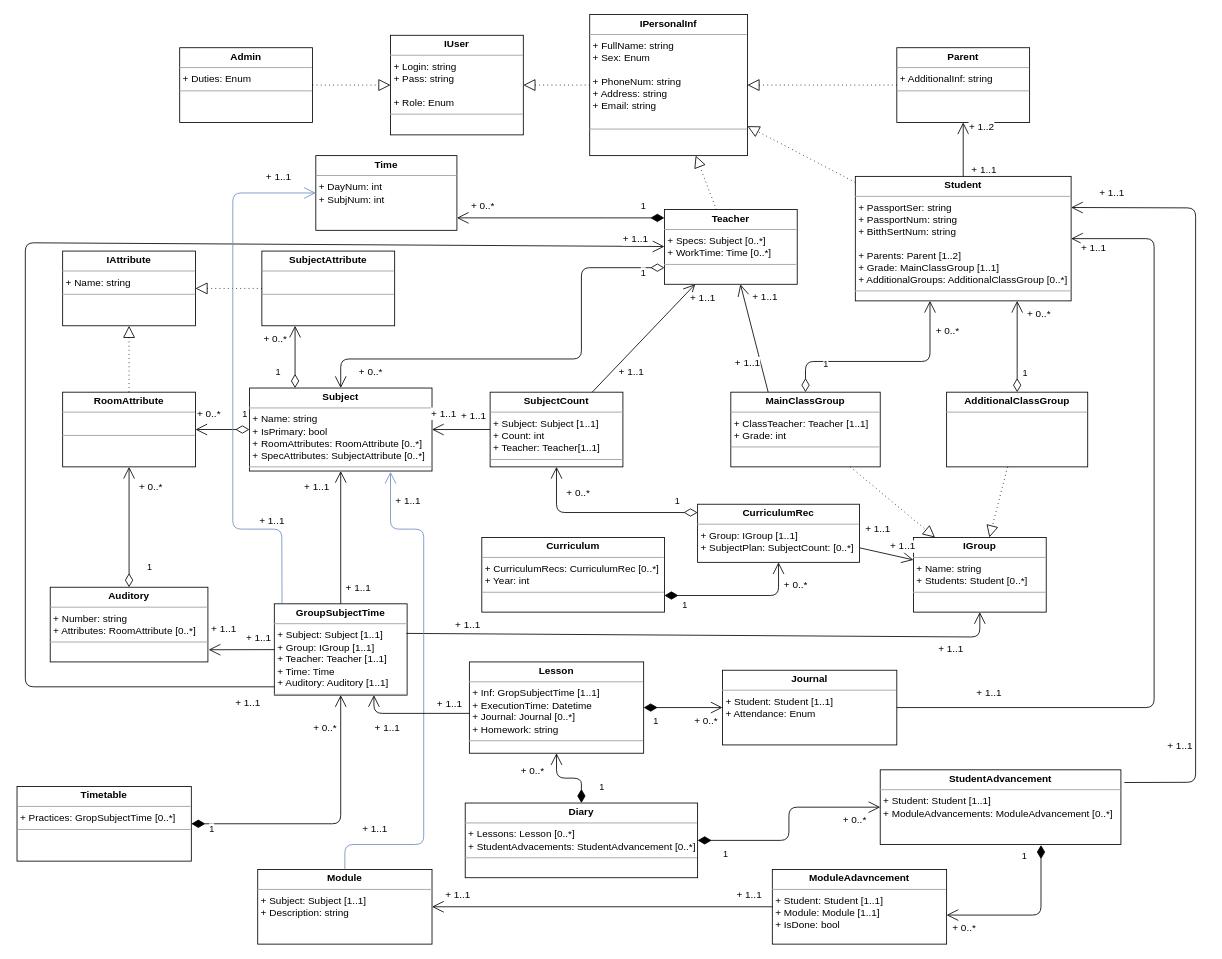
Timur-Faskhutdinov/E-education_TF keeps this draw.io diagram as EF-1.drawio. Above is the earlier version. Source tidied: cells renumbered, new cells numbered last; positions are measured from the earlier drawing's top-left corner, leaving out a move shared by most shapes. Both pictures are drawn from the tidied source at 83%, with x=0, y=0 at pixel (17, 14).
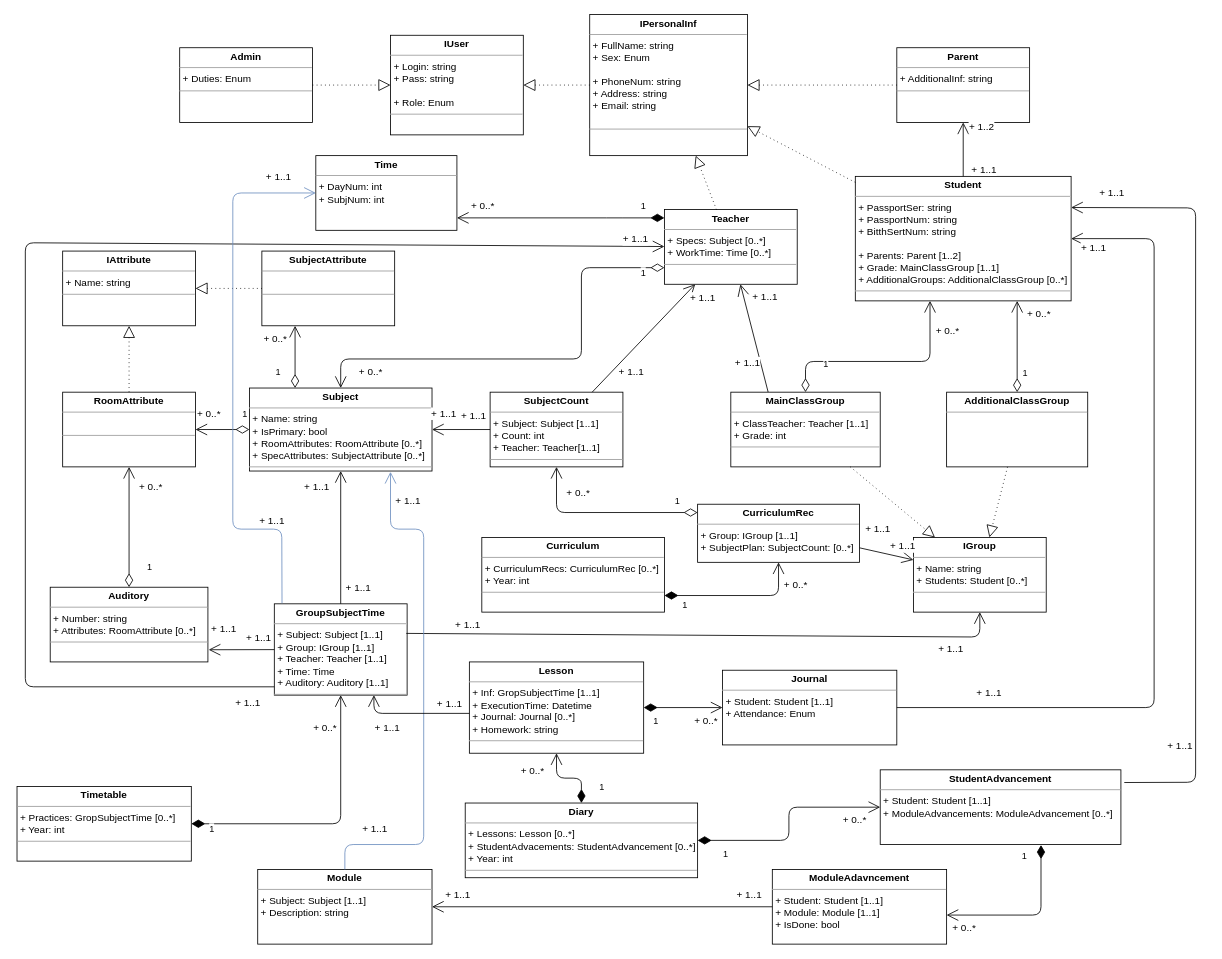
The same page after the edit.

What changed in the source:
```diff
@@
-    <mxCell id="28" value="&lt;p style=&quot;margin: 0px ; margin-top: 4px ; text-align: center&quot;&gt;&lt;b&gt;Timetable&lt;/b&gt;&lt;/p&gt;&lt;hr size=&quot;1&quot;&gt;&lt;p style=&quot;margin: 0px ; margin-left: 4px&quot;&gt;+ Practices: GropSubjectTime [0..*]&lt;br&gt;&lt;/p&gt;&lt;hr size=&quot;1&quot;&gt;&lt;p style=&quot;margin: 0px ; margin-left: 4px&quot;&gt;&lt;br&gt;&lt;/p&gt;" style="verticalAlign=top;align=left;overflow=fill;fontSize=12;fontFamily=Helvetica;html=1;" parent="1" vertex="1">
+    <mxCell id="28" value="&lt;p style=&quot;margin: 0px ; margin-top: 4px ; text-align: center&quot;&gt;&lt;b&gt;Timetable&lt;/b&gt;&lt;/p&gt;&lt;hr size=&quot;1&quot;&gt;&lt;p style=&quot;margin: 0px ; margin-left: 4px&quot;&gt;+ Practices: GropSubjectTime [0..*]&lt;br&gt;&lt;/p&gt;&lt;p style=&quot;margin: 0px ; margin-left: 4px&quot;&gt;+ Year: int&lt;/p&gt;&lt;hr size=&quot;1&quot;&gt;&lt;p style=&quot;margin: 0px ; margin-left: 4px&quot;&gt;&lt;br&gt;&lt;/p&gt;" style="verticalAlign=top;align=left;overflow=fill;fontSize=12;fontFamily=Helvetica;html=1;" parent="1" vertex="1">
       <mxGeometry y="930" width="210" height="90" as="geometry" />
     </mxCell>
@@
-    <mxCell id="72" value="&lt;p style=&quot;margin: 0px ; margin-top: 4px ; text-align: center&quot;&gt;&lt;b&gt;Diary&lt;/b&gt;&lt;/p&gt;&lt;hr size=&quot;1&quot;&gt;&lt;p style=&quot;margin: 0px ; margin-left: 4px&quot;&gt;+ Lessons: Lesson [0..*]&lt;br&gt;&lt;/p&gt;&lt;p style=&quot;margin: 0px ; margin-left: 4px&quot;&gt;+ StudentAdvacements: StudentAdvancement [0..*]&lt;/p&gt;&lt;hr size=&quot;1&quot;&gt;&lt;p style=&quot;margin: 0px ; margin-left: 4px&quot;&gt;&lt;br&gt;&lt;/p&gt;" style="verticalAlign=top;align=left;overflow=fill;fontSize=12;fontFamily=Helvetica;html=1;" parent="1" vertex="1">
+    <mxCell id="72" value="&lt;p style=&quot;margin: 0px ; margin-top: 4px ; text-align: center&quot;&gt;&lt;b&gt;Diary&lt;/b&gt;&lt;/p&gt;&lt;hr size=&quot;1&quot;&gt;&lt;p style=&quot;margin: 0px ; margin-left: 4px&quot;&gt;+ Lessons: Lesson [0..*]&lt;br&gt;&lt;/p&gt;&lt;p style=&quot;margin: 0px ; margin-left: 4px&quot;&gt;+ StudentAdvacements: StudentAdvancement [0..*]&lt;/p&gt;&lt;p style=&quot;margin: 0px ; margin-left: 4px&quot;&gt;+ Year: int&lt;/p&gt;&lt;hr size=&quot;1&quot;&gt;&lt;p style=&quot;margin: 0px ; margin-left: 4px&quot;&gt;&lt;br&gt;&lt;/p&gt;" style="verticalAlign=top;align=left;overflow=fill;fontSize=12;fontFamily=Helvetica;html=1;" parent="1" vertex="1">
       <mxGeometry x="540" y="950" width="280" height="90" as="geometry" />
     </mxCell>
```
